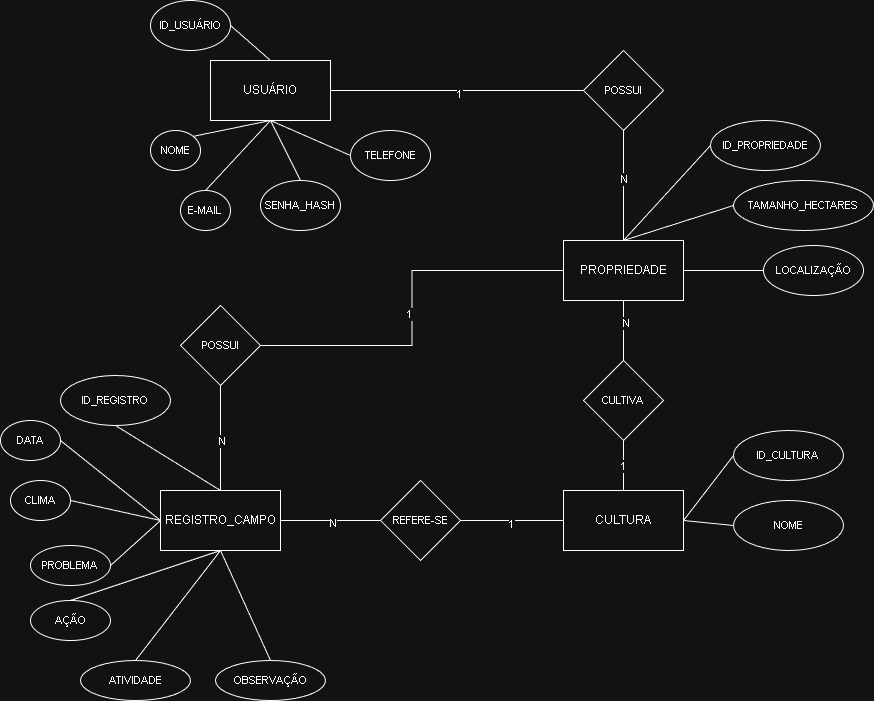
The draw.io diagram MODELO CONCEITUAL AGROLOG.drawio.png in caioalmeida99/Projeto---AgroLog, before a commit. Source tidied: cells renumbered, new cells last; positions are measured from the earlier drawing's top-left corner, leaving out a move shared by most shapes.
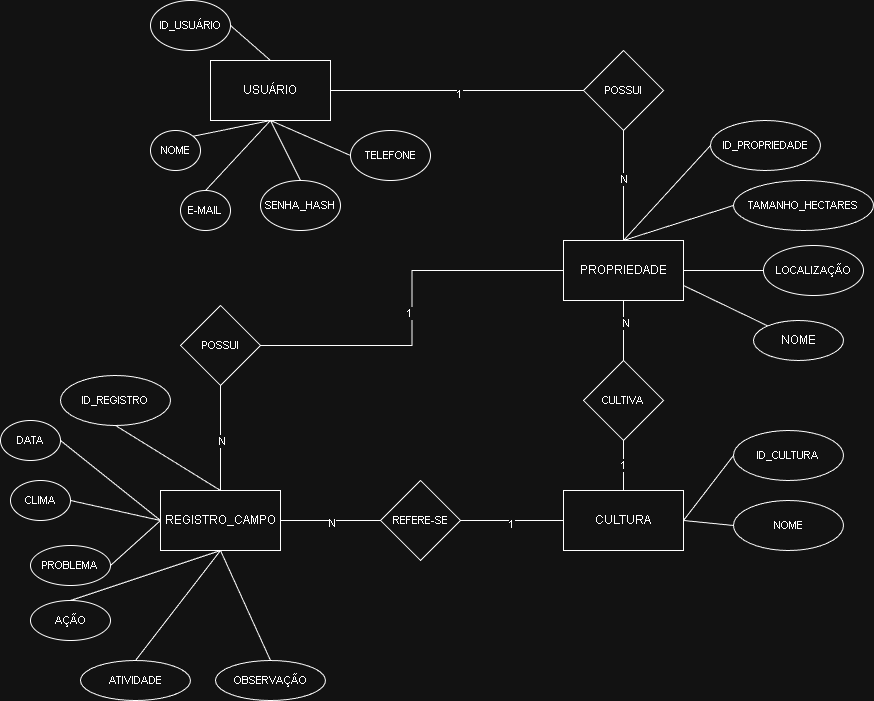
After the change.

Commit message:
Implementando modelo lógico: criação das tabelas usuario e propriedade com chave estrangeira e realizando uma pequena atualização na modelagem conceitual

Change to the diagram source:
```diff
@@ -23,6 +23,9 @@
     <mxCell id="8" value="1" style="edgeLabel;html=1;align=center;verticalAlign=middle;fontFamily=Helvetica;fontSize=11;fontColor=default;labelBackgroundColor=default;" parent="7" vertex="1">
       <mxGeometry x="0.03" y="-3" relative="1" as="geometry" />
     </mxCell>
+    <mxCell id="60" style="rounded=0;jettySize=auto;html=1;exitX=1;exitY=0.75;exitDx=0;exitDy=0;endArrow=none;endFill=0;" parent="1" edge="1" source="9" target="61">
+      <mxGeometry relative="1" as="geometry" />
+    </mxCell>
     <mxCell id="9" value="PROPRIEDADE" style="rounded=0;whiteSpace=wrap;html=1;" parent="1" vertex="1">
       <mxGeometry x="563" y="240" width="120" height="60" as="geometry" />
     </mxCell>
@@ -182,5 +185,8 @@
     <mxCell id="59" value="OBSERVAÇÃO" style="ellipse;whiteSpace=wrap;html=1;fontFamily=Helvetica;fontSize=11;fontColor=default;labelBackgroundColor=default;" parent="1" vertex="1">
       <mxGeometry x="215" y="660" width="110" height="40" as="geometry" />
     </mxCell>
+    <mxCell id="61" value="NOME" style="ellipse;whiteSpace=wrap;html=1;" parent="1" vertex="1">
+      <mxGeometry x="753" y="320" width="90" height="40" as="geometry" />
+    </mxCell>
   </root>
 </mxGraphModel>
```
